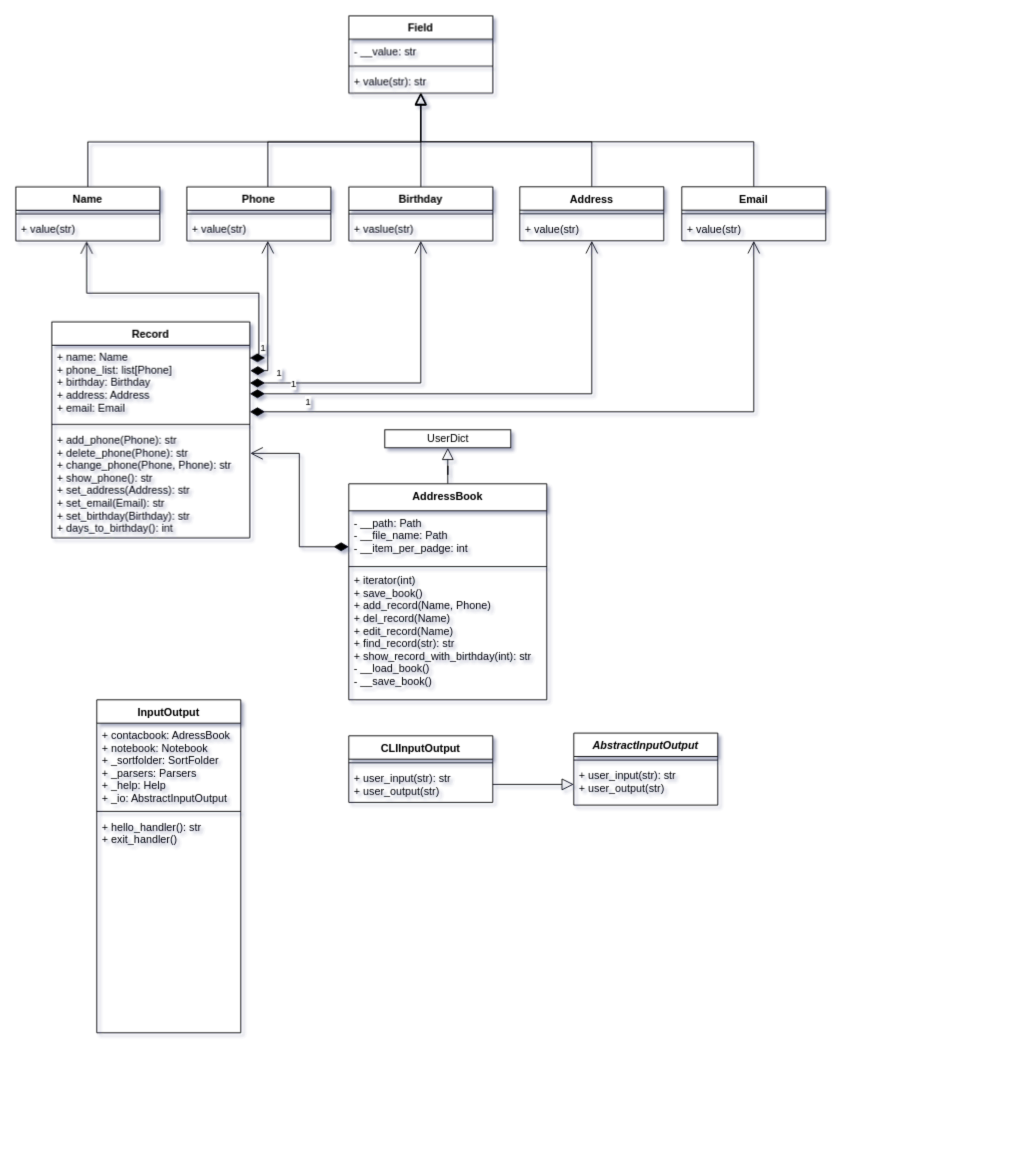
PavelStelmakhV/personal-assistant-with-cli keeps this draw.io diagram as Персональный помощник.drawio. Above is the earlier version. Source tidied: cells renumbered, new cells numbered last; positions are measured from the earlier drawing's top-left corner, leaving out a move shared by most shapes. Both pictures are drawn from the tidied source at 90%, with x=0, y=0 at pixel (15, 15).
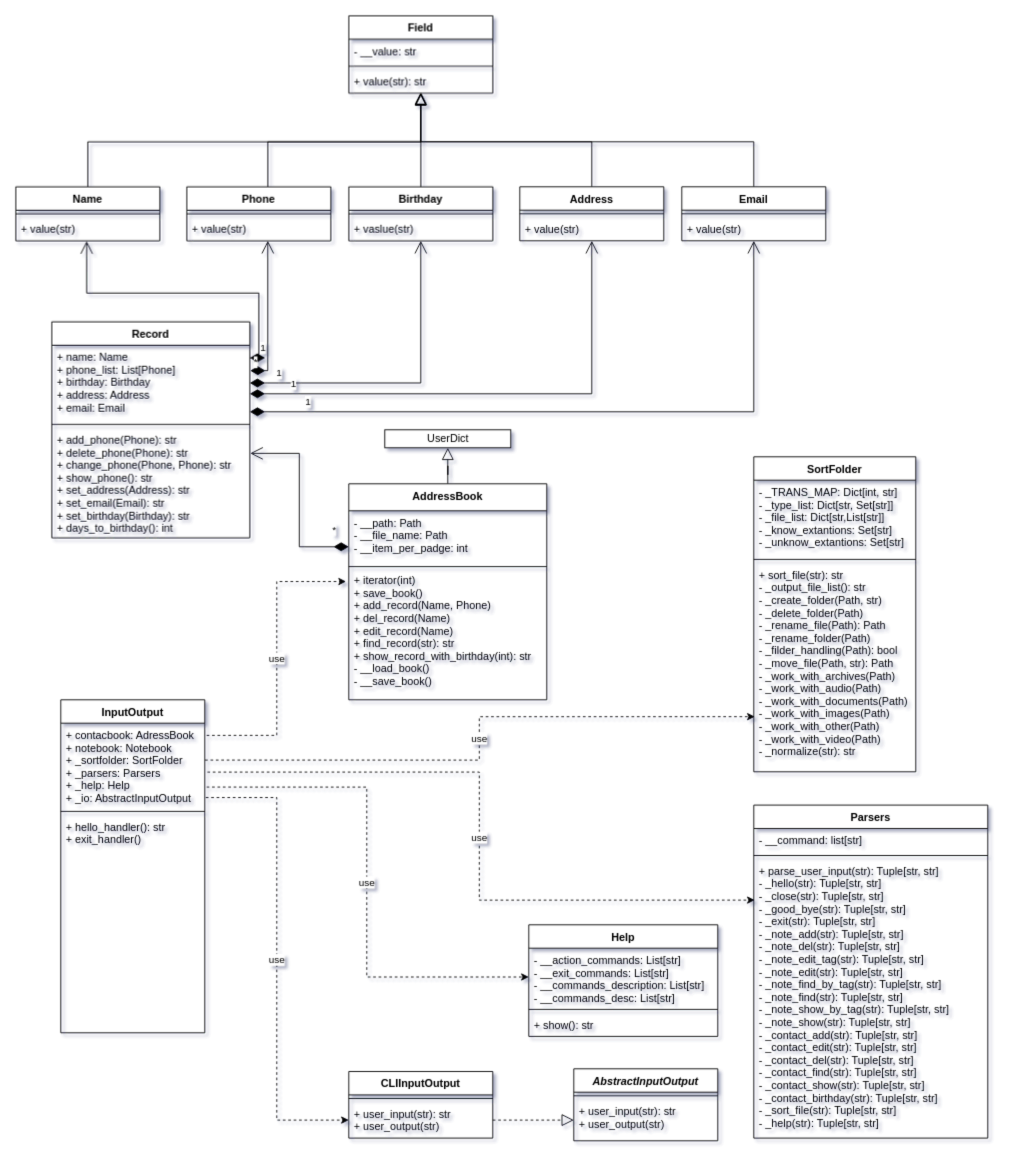
The same page after the edit.

Unchanged cells that the change refers to:
```xml
<mxCell id="16" value="+ value(str)" style="text;strokeColor=none;fillColor=none;align=left;verticalAlign=top;spacingLeft=4;spacingRight=4;overflow=hidden;points=[[0,0.5],[1,0.5]];portConstraint=eastwest;" parent="14" vertex="1">
  <mxGeometry y="34" width="160" height="26" as="geometry" />
</mxCell>
<mxCell id="18" value="Record" style="swimlane;fontStyle=1;align=center;verticalAlign=top;horizontal=1;startSize=26;" parent="1" vertex="1">
  <mxGeometry x="40" y="340" width="220" height="240" as="geometry" />
</mxCell>
<mxCell id="21" value="+ add_phone(Phone): str&#10;+ delete_phone(Phone): str&#10;+ change_phone(Phone, Phone): str&#10;+ show_phone(): str&#10;+ set_address(Address): str&#10;+ set_email(Email): str&#10;+ set_birthday(Birthday): str&#10;+ days_to_birthday(): int" style="text;strokeColor=none;fillColor=none;align=left;verticalAlign=top;spacingLeft=4;spacingRight=4;overflow=hidden;points=[[0,0.5],[1,0.5]];portConstraint=eastwest;" parent="18" vertex="1">
  <mxGeometry y="118" width="220" height="122" as="geometry" />
</mxCell>
<mxCell id="37" value="- __path: Path&#10;- __file_name: Path&#10;- __item_per_padge: int&#10;" style="text;strokeColor=none;fillColor=none;align=left;verticalAlign=top;spacingLeft=4;spacingRight=4;overflow=hidden;points=[[0,0.5],[1,0.5]];portConstraint=eastwest;" parent="36" vertex="1">
  <mxGeometry y="30" width="220" height="60" as="geometry" />
</mxCell>
<mxCell id="39" value="+ iterator(int)&#10;+ save_book()&#10;+ add_record(Name, Phone)&#10;+ del_record(Name)&#10;+ edit_record(Name)&#10;+ find_record(str): str&#10;+ show_record_with_birthday(int): str&#10;- __load_book()&#10;- __save_book()&#10;" style="text;strokeColor=none;fillColor=none;align=left;verticalAlign=top;spacingLeft=4;spacingRight=4;overflow=hidden;points=[[0,0.5],[1,0.5]];portConstraint=eastwest;" parent="36" vertex="1">
  <mxGeometry y="94" width="220" height="146" as="geometry" />
</mxCell>
<mxCell id="44" value="+ user_input(str): str&#10;+ user_output(str)" style="text;strokeColor=none;fillColor=none;align=left;verticalAlign=top;spacingLeft=4;spacingRight=4;overflow=hidden;points=[[0,0.5],[1,0.5]];portConstraint=eastwest;" parent="42" vertex="1">
  <mxGeometry y="34" width="160" height="46" as="geometry" />
</mxCell>
<mxCell id="47" value="+ user_input(str): str&#10;+ user_output(str)" style="text;strokeColor=none;fillColor=none;align=left;verticalAlign=top;spacingLeft=4;spacingRight=4;overflow=hidden;points=[[0,0.5],[1,0.5]];portConstraint=eastwest;" parent="45" vertex="1">
  <mxGeometry y="34" width="160" height="40" as="geometry" />
</mxCell>
<mxCell id="50" value="+ contacbook: AdressBook&#10;+ notebook: Notebook&#10;+ _sortfolder: SortFolder&#10;+ _parsers: Parsers&#10;+ _help: Help&#10;+ _io: AbstractInputOutput" style="text;strokeColor=none;fillColor=none;align=left;verticalAlign=top;spacingLeft=4;spacingRight=4;overflow=hidden;points=[[0,0.5],[1,0.5]];portConstraint=eastwest;" parent="49" vertex="1">
  <mxGeometry y="26" width="160" height="94" as="geometry" />
</mxCell>
```

Change to the diagram source:
```diff
@@
-    <mxCell id="19" value="+ name: Name&#10;+ phone_list: list[Phone]&#10;+ birthday: Birthday&#10;+ address: Address&#10;+ email: Email&#10;" style="text;strokeColor=none;fillColor=none;align=left;verticalAlign=top;spacingLeft=4;spacingRight=4;overflow=hidden;points=[[0,0.5],[1,0.5]];portConstraint=eastwest;" parent="18" vertex="1">
+    <mxCell id="19" value="+ name: Name&#10;+ phone_list: List[Phone]&#10;+ birthday: Birthday&#10;+ address: Address&#10;+ email: Email&#10;" style="text;strokeColor=none;fillColor=none;align=left;verticalAlign=top;spacingLeft=4;spacingRight=4;overflow=hidden;points=[[0,0.5],[1,0.5]];portConstraint=eastwest;" parent="18" vertex="1">
       <mxGeometry y="26" width="220" height="84" as="geometry" />
     </mxCell>
@@
-    <mxCell id="31" style="endArrow=open;html=1;endSize=12;startArrow=diamondThin;startSize=14;startFill=1;edgeStyle=orthogonalEdgeStyle;align=left;verticalAlign=bottom;rounded=0;strokeWidth=1;exitX=1.002;exitY=0.337;exitDx=0;exitDy=0;exitPerimeter=0;" parent="1" edge="1" source="19" target="16">
+    <mxCell id="31" value="*" style="endArrow=open;html=1;endSize=12;startArrow=diamondThin;startSize=14;startFill=1;edgeStyle=orthogonalEdgeStyle;align=left;verticalAlign=bottom;rounded=0;strokeWidth=1;exitX=1.002;exitY=0.337;exitDx=0;exitDy=0;exitPerimeter=0;" parent="1" edge="1" source="19" target="16">
       <mxGeometry x="-0.96" relative="1" as="geometry">
         <Array as="points">
           <mxPoint x="280" y="394" />
         </Array>
       </mxGeometry>
     </mxCell>
@@
-    <mxCell id="41" style="endArrow=open;html=1;endSize=12;startArrow=diamondThin;startSize=14;startFill=1;edgeStyle=orthogonalEdgeStyle;align=left;verticalAlign=bottom;rounded=0;strokeWidth=1;entryX=1.002;entryY=0.231;entryDx=0;entryDy=0;entryPerimeter=0;exitX=0;exitY=0.667;exitDx=0;exitDy=0;exitPerimeter=0;" parent="1" edge="1" source="37" target="21">
-      <mxGeometry x="-1" y="-14" relative="1" as="geometry">
-        <mxPoint x="10" y="4" as="offset" />
-      </mxGeometry>
+    <mxCell id="41" value="*" style="endArrow=open;html=1;endSize=12;startArrow=diamondThin;startSize=14;startFill=1;edgeStyle=orthogonalEdgeStyle;align=left;verticalAlign=bottom;rounded=0;strokeWidth=1;entryX=1.002;entryY=0.231;entryDx=0;entryDy=0;entryPerimeter=0;exitX=0;exitY=0.667;exitDx=0;exitDy=0;exitPerimeter=0;" parent="1" edge="1" source="37" target="21">
+      <mxGeometry x="-0.81" y="-10" relative="1" as="geometry" />
     </mxCell>
     <mxCell id="42" value="AbstractInputOutput" style="swimlane;fontStyle=3;align=center;verticalAlign=top;horizontal=1;startSize=26;" parent="1" vertex="1">
-      <mxGeometry x="620" y="797" width="160" height="80" as="geometry" />
+      <mxGeometry x="620" y="1170" width="160" height="80" as="geometry" />
     </mxCell>
@@
     <mxCell id="45" value="CLIInputOutput" style="swimlane;fontStyle=1;align=center;verticalAlign=top;horizontal=1;startSize=26;" parent="1" vertex="1">
-      <mxGeometry x="370" y="800" width="160" height="74" as="geometry" />
+      <mxGeometry x="370" y="1173" width="160" height="74" as="geometry" />
     </mxCell>
@@
-    <mxCell id="48" style="edgeStyle=orthogonalEdgeStyle;rounded=0;jettySize=auto;html=1;strokeWidth=1;endArrow=block;endFill=0;endSize=11;entryX=0;entryY=0.5;entryDx=0;entryDy=0;" parent="1" edge="1" source="47" target="44">
+    <mxCell id="48" style="edgeStyle=orthogonalEdgeStyle;rounded=0;jettySize=auto;html=1;strokeWidth=1;endArrow=block;endFill=0;endSize=11;entryX=0;entryY=0.5;entryDx=0;entryDy=0;dashed=1;" parent="1" edge="1" source="47" target="44">
       <mxGeometry relative="1" as="geometry" />
     </mxCell>
+    <mxCell id="53" value="use" style="edgeStyle=orthogonalEdgeStyle;rounded=0;jettySize=auto;html=1;entryX=-0.014;entryY=0.1;entryDx=0;entryDy=0;entryPerimeter=0;dashed=1;exitX=1.013;exitY=0.144;exitDx=0;exitDy=0;exitPerimeter=0;" parent="1" edge="1" source="50" target="39">
+      <mxGeometry relative="1" as="geometry" />
+    </mxCell>
     <mxCell id="49" value="InputOutput" style="swimlane;fontStyle=1;align=center;verticalAlign=top;horizontal=1;startSize=26;" parent="1" vertex="1">
-      <mxGeometry x="90" y="760" width="160" height="370" as="geometry" />
+      <mxGeometry x="50" y="760" width="160" height="370" as="geometry" />
     </mxCell>
@@
+    <mxCell id="54" value="use" style="edgeStyle=orthogonalEdgeStyle;rounded=0;jettySize=auto;html=1;entryX=0;entryY=0.5;entryDx=0;entryDy=0;dashed=1;exitX=1.007;exitY=0.879;exitDx=0;exitDy=0;exitPerimeter=0;" parent="1" edge="1" source="50" target="47">
+      <mxGeometry relative="1" as="geometry" />
+    </mxCell>
+    <mxCell id="55" value="Help" style="swimlane;fontStyle=1;align=center;verticalAlign=top;horizontal=1;startSize=26;" parent="1" vertex="1">
+      <mxGeometry x="570" y="1010" width="210" height="124" as="geometry" />
+    </mxCell>
+    <mxCell id="56" value="- __action_commands: List[str]&#10;- __exit_commands: List[str]&#10;- __commands_description: List[str]&#10;- __commands_desc: List[str]" style="text;strokeColor=none;fillColor=none;align=left;verticalAlign=top;spacingLeft=4;spacingRight=4;overflow=hidden;points=[[0,0.5],[1,0.5]];portConstraint=eastwest;" parent="55" vertex="1">
+      <mxGeometry y="26" width="210" height="64" as="geometry" />
+    </mxCell>
+    <mxCell id="57" style="line;strokeWidth=1;fillColor=none;align=left;verticalAlign=middle;spacingTop=-1;spacingLeft=3;spacingRight=3;labelPosition=right;strokeColor=inherit;" parent="55" vertex="1">
+      <mxGeometry y="90" width="210" height="8" as="geometry" />
+    </mxCell>
+    <mxCell id="58" value="+ show(): str" style="text;strokeColor=none;fillColor=none;align=left;verticalAlign=top;spacingLeft=4;spacingRight=4;overflow=hidden;" parent="55" vertex="1">
+      <mxGeometry y="98" width="210" height="26" as="geometry" />
+    </mxCell>
+    <mxCell id="59" value="use" style="edgeStyle=orthogonalEdgeStyle;rounded=0;jettySize=auto;html=1;dashed=1;exitX=1.013;exitY=0.755;exitDx=0;exitDy=0;exitPerimeter=0;" parent="1" edge="1" source="50" target="56">
+      <mxGeometry relative="1" as="geometry" />
+    </mxCell>
+    <mxCell id="60" value="Parsers" style="swimlane;fontStyle=1;align=center;verticalAlign=top;horizontal=1;startSize=26;" parent="1" vertex="1">
+      <mxGeometry x="820" y="877" width="260" height="370" as="geometry" />
+    </mxCell>
+    <mxCell id="61" value="- __command: list[str]" style="text;strokeColor=none;fillColor=none;align=left;verticalAlign=top;spacingLeft=4;spacingRight=4;overflow=hidden;" parent="60" vertex="1">
+      <mxGeometry y="26" width="260" height="26" as="geometry" />
+    </mxCell>
+    <mxCell id="62" style="line;strokeWidth=1;fillColor=none;align=left;verticalAlign=middle;spacingTop=-1;spacingLeft=3;spacingRight=3;labelPosition=right;strokeColor=inherit;" parent="60" vertex="1">
+      <mxGeometry y="52" width="260" height="8" as="geometry" />
+    </mxCell>
+    <mxCell id="63" value="+ parse_user_input(str): Tuple[str, str]&#10;- _hello(str): Tuple[str, str]&#10;- _close(str): Tuple[str, str]&#10;- _good_bye(str): Tuple[str, str]&#10;- _exit(str): Tuple[str, str]&#10;- _note_add(str): Tuple[str, str]&#10;- _note_del(str): Tuple[str, str]&#10;- _note_edit_tag(str): Tuple[str, str]&#10;- _note_edit(str): Tuple[str, str]&#10;- _note_find_by_tag(str): Tuple[str, str]&#10;- _note_find(str): Tuple[str, str]&#10;- _note_show_by_tag(str): Tuple[str, str]&#10;- _note_show(str): Tuple[str, str]&#10;- _contact_add(str): Tuple[str, str]&#10;- _contact_edit(str): Tuple[str, str]&#10;- _contact_del(str): Tuple[str, str]&#10;- _contact_find(str): Tuple[str, str]&#10;- _contact_show(str): Tuple[str, str]&#10;- _contact_birthday(str): Tuple[str, str]&#10;- _sort_file(str): Tuple[str, str]&#10;- _help(str): Tuple[str, str]" style="text;strokeColor=none;fillColor=none;align=left;verticalAlign=top;spacingLeft=4;spacingRight=4;overflow=hidden;points=[[0,0.5],[1,0.5]];portConstraint=eastwest;" parent="60" vertex="1">
+      <mxGeometry y="60" width="260" height="310" as="geometry" />
+    </mxCell>
+    <mxCell id="64" value="use" style="edgeStyle=orthogonalEdgeStyle;rounded=0;jettySize=auto;html=1;dashed=1;exitX=1.018;exitY=0.578;exitDx=0;exitDy=0;exitPerimeter=0;entryX=0.004;entryY=0.147;entryDx=0;entryDy=0;entryPerimeter=0;" parent="1" edge="1" source="50" target="63">
+      <mxGeometry relative="1" as="geometry" />
+    </mxCell>
+    <mxCell id="65" value="SortFolder" style="swimlane;fontStyle=1;align=center;verticalAlign=top;horizontal=1;startSize=26;" parent="1" vertex="1">
+      <mxGeometry x="820" y="490" width="180" height="350" as="geometry" />
+    </mxCell>
+    <mxCell id="66" value="- _TRANS_MAP: Dict[int, str]&#10;- _type_list: Dict[str, Set[str]]&#10;- _file_list: Dict[str,List[str]]&#10;- _know_extantions: Set[str]&#10;- _unknow_extantions: Set[str]&#10;" style="text;strokeColor=none;fillColor=none;align=left;verticalAlign=top;spacingLeft=4;spacingRight=4;overflow=hidden;" parent="65" vertex="1">
+      <mxGeometry y="26" width="180" height="84" as="geometry" />
+    </mxCell>
+    <mxCell id="67" style="line;strokeWidth=1;fillColor=none;align=left;verticalAlign=middle;spacingTop=-1;spacingLeft=3;spacingRight=3;labelPosition=right;strokeColor=inherit;" parent="65" vertex="1">
+      <mxGeometry y="110" width="180" height="8" as="geometry" />
+    </mxCell>
+    <mxCell id="68" value="+ sort_file(str): str&#10;- _output_file_list(): str&#10;- _create_folder(Path, str)&#10;- _delete_folder(Path)&#10;- _rename_file(Path): Path&#10;- _rename_folder(Path)&#10;- _filder_handling(Path): bool&#10;- _move_file(Path, str): Path&#10;- _work_with_archives(Path)&#10;- _work_with_audio(Path)&#10;- _work_with_documents(Path)&#10;- _work_with_images(Path)&#10;- _work_with_other(Path)&#10;- _work_with_video(Path)&#10;- _normalize(str): str" style="text;strokeColor=none;fillColor=none;align=left;verticalAlign=top;spacingLeft=4;spacingRight=4;overflow=hidden;points=[[0,0.5],[1,0.5]];portConstraint=eastwest;" parent="65" vertex="1">
+      <mxGeometry y="118" width="180" height="232" as="geometry" />
+    </mxCell>
+    <mxCell id="69" value="use" style="edgeStyle=orthogonalEdgeStyle;rounded=0;jettySize=auto;html=1;dashed=1;exitX=1.002;exitY=0.436;exitDx=0;exitDy=0;exitPerimeter=0;entryX=0.006;entryY=0.736;entryDx=0;entryDy=0;entryPerimeter=0;" parent="1" edge="1" source="50" target="68">
+      <mxGeometry relative="1" as="geometry" />
+    </mxCell>
```
